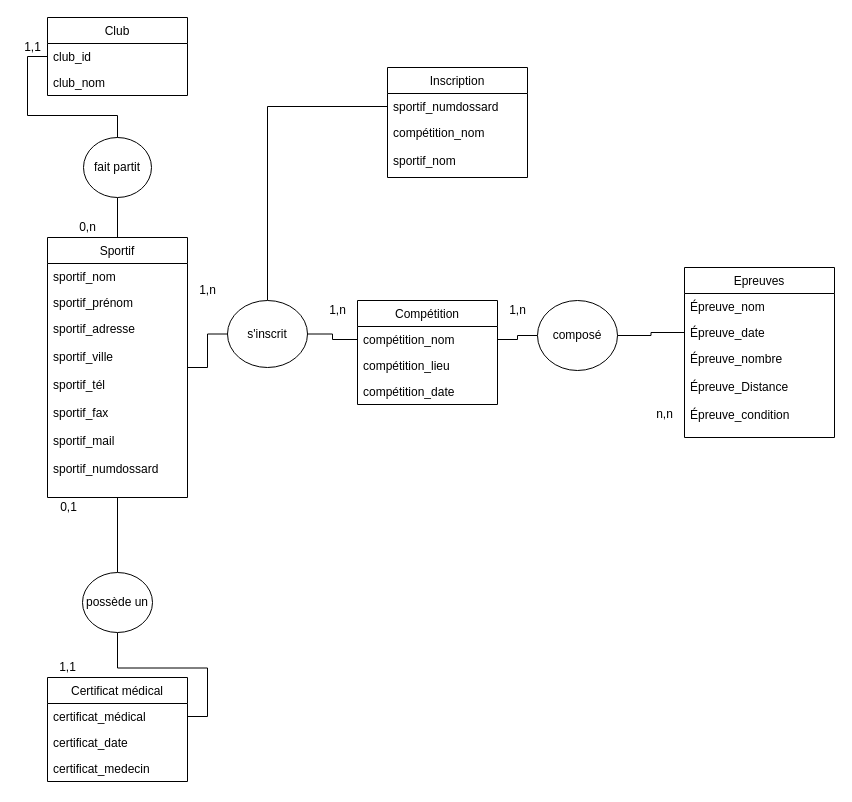
SamyBoubaker/project keeps this draw.io diagram as Modèle logique de donnée Boubaker Samy.drawio. Above is the earlier version. Source tidied: cells renumbered, new cells numbered last; positions are measured from the earlier drawing's top-left corner, leaving out a move shared by most shapes. Both pictures are drawn from the tidied source at 100%, with x=0, y=0 at pixel (17, 17).
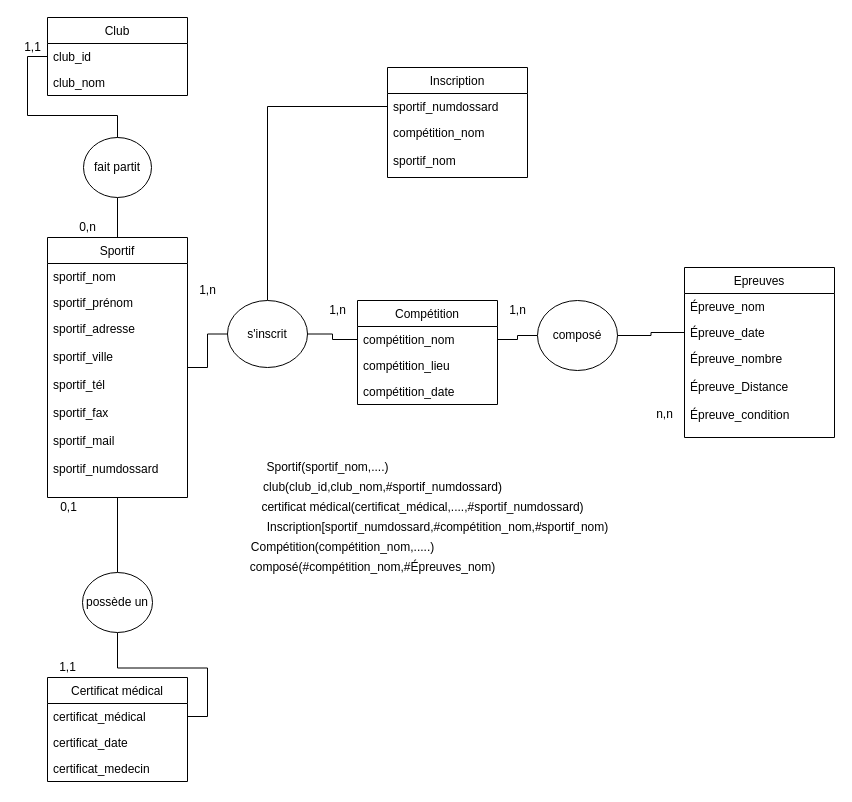
Above is the later version.

Change to the diagram source:
```diff
@@
+    <mxCell id="45" value="Sportif(sportif_nom,....)" style="text;html=1;align=center;verticalAlign=middle;" parent="1" vertex="1">
+      <mxGeometry x="230" y="440" width="160" height="20" as="geometry" />
+    </mxCell>
+    <mxCell id="46" value="club(club_id,club_nom,#sportif_numdossard)" style="text;html=1;align=center;verticalAlign=middle;" parent="1" vertex="1">
+      <mxGeometry x="220" y="460" width="290" height="20" as="geometry" />
+    </mxCell>
+    <mxCell id="47" value="certificat médical(certificat_médical,....,#sportif_numdossard)" style="text;html=1;align=center;verticalAlign=middle;" parent="1" vertex="1">
+      <mxGeometry x="210" y="480" width="390" height="20" as="geometry" />
+    </mxCell>
+    <mxCell id="48" value="Inscription[sportif_numdossard,#compétition_nom,#sportif_nom)" style="text;html=1;align=center;verticalAlign=middle;" parent="1" vertex="1">
+      <mxGeometry x="210" y="500" width="420" height="20" as="geometry" />
+    </mxCell>
+    <mxCell id="49" value="Compétition(compétition_nom,.....)" style="text;html=1;align=center;verticalAlign=middle;" parent="1" vertex="1">
+      <mxGeometry x="210" y="520" width="230" height="20" as="geometry" />
+    </mxCell>
+    <mxCell id="50" value="composé(#compétition_nom,#Épreuves_nom)" style="text;html=1;align=center;verticalAlign=middle;" parent="1" vertex="1">
+      <mxGeometry x="205" y="540" width="300" height="20" as="geometry" />
+    </mxCell>
```
